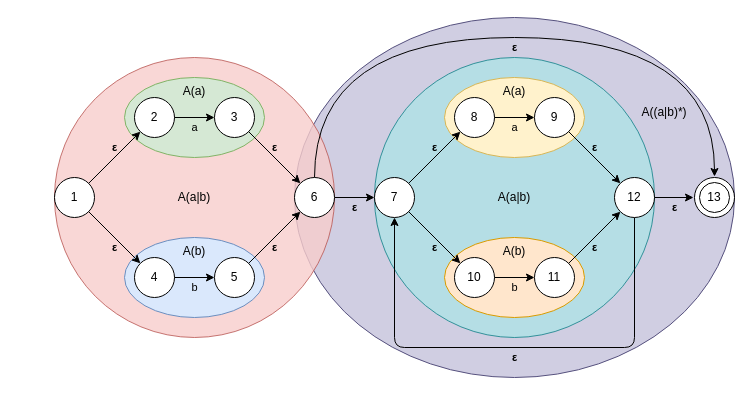
Earlier version of the draw.io diagram page "Example TC - NFA" (5 of 9) of Thompson_Construction/Thompson_Construction.drawio (Tobi2K/diagrams.net). Source tidied: cells renumbered, new cells numbered last; positions are measured from the earlier drawing's top-left corner, leaving out a move shared by most shapes. Both pictures are drawn from the tidied source at 100%, with x=0, y=0 at pixel (54, 17).
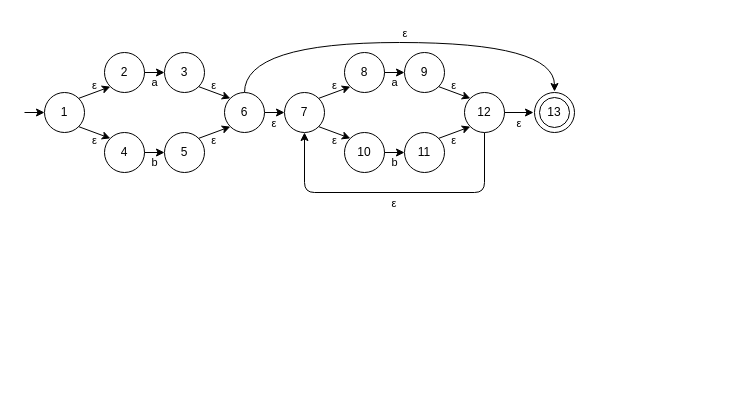
The same diagram, later.

Change to the diagram source:
```diff
@@
-    <mxCell id="2" style="ellipse;whiteSpace=wrap;html=1;labelBackgroundColor=none;fillStyle=auto;strokeWidth=1;fillColor=#d0cee2;strokeColor=#56517e;verticalAlign=middle;labelPosition=right;verticalLabelPosition=middle;align=left;" parent="1" vertex="1">
-      <mxGeometry x="240" width="440" height="360" as="geometry" />
-    </mxCell>
-    <mxCell id="3" value="A(a|b)" style="ellipse;whiteSpace=wrap;html=1;fillStyle=auto;strokeWidth=1;fillColor=#b0e3e6;labelBackgroundColor=none;strokeColor=#0e8088;opacity=80;" parent="1" vertex="1">
-      <mxGeometry x="320" y="40" width="280" height="280" as="geometry" />
-    </mxCell>
-    <mxCell id="4" value="A(b)" style="ellipse;whiteSpace=wrap;html=1;fillStyle=auto;strokeWidth=1;fillColor=#ffe6cc;verticalAlign=top;strokeColor=#d79b00;" parent="1" vertex="1">
-      <mxGeometry x="390" y="220" width="140" height="80" as="geometry" />
-    </mxCell>
-    <mxCell id="5" value="A(a)" style="ellipse;whiteSpace=wrap;html=1;fillStyle=auto;strokeWidth=1;fillColor=#fff2cc;verticalAlign=top;strokeColor=#d6b656;" parent="1" vertex="1">
-      <mxGeometry x="390" y="60" width="140" height="80" as="geometry" />
-    </mxCell>
-    <mxCell id="6" value="A(a|b)" style="ellipse;whiteSpace=wrap;html=1;fillStyle=auto;strokeWidth=1;fillColor=#f8cecc;labelBackgroundColor=none;strokeColor=#b85450;opacity=80;" parent="1" vertex="1">
-      <mxGeometry y="40" width="280" height="280" as="geometry" />
-    </mxCell>
-    <mxCell id="7" value="A(a)" style="ellipse;whiteSpace=wrap;html=1;fillStyle=auto;strokeWidth=1;fillColor=#d5e8d4;verticalAlign=top;strokeColor=#82b366;" parent="1" vertex="1">
-      <mxGeometry x="70" y="60" width="140" height="80" as="geometry" />
-    </mxCell>
-    <mxCell id="8" value="A(b)" style="ellipse;whiteSpace=wrap;html=1;fillStyle=auto;strokeWidth=1;fillColor=#dae8fc;verticalAlign=top;strokeColor=#6c8ebf;" parent="1" vertex="1">
-      <mxGeometry x="70" y="220" width="140" height="80" as="geometry" />
-    </mxCell>
     <mxCell id="9" value="1" style="ellipse;whiteSpace=wrap;html=1;" parent="1" vertex="1">
-      <mxGeometry y="160" width="40" height="40" as="geometry" />
+      <mxGeometry x="-10" y="75" width="40" height="40" as="geometry" />
     </mxCell>
     <mxCell id="10" value="2" style="ellipse;whiteSpace=wrap;html=1;" parent="1" vertex="1">
-      <mxGeometry x="80" y="80" width="40" height="40" as="geometry" />
+      <mxGeometry x="50" y="35" width="40" height="40" as="geometry" />
     </mxCell>
     <mxCell id="11" value="4" style="ellipse;whiteSpace=wrap;html=1;" parent="1" vertex="1">
-      <mxGeometry x="80" y="240" width="40" height="40" as="geometry" />
+      <mxGeometry x="50" y="115" width="40" height="40" as="geometry" />
     </mxCell>
     <mxCell id="12" value="3" style="ellipse;whiteSpace=wrap;html=1;" parent="1" vertex="1">
-      <mxGeometry x="160" y="80" width="40" height="40" as="geometry" />
+      <mxGeometry x="110" y="35" width="40" height="40" as="geometry" />
     </mxCell>
     <mxCell id="13" value="5" style="ellipse;whiteSpace=wrap;html=1;" parent="1" vertex="1">
-      <mxGeometry x="160" y="240" width="40" height="40" as="geometry" />
+      <mxGeometry x="110" y="115" width="40" height="40" as="geometry" />
     </mxCell>
-    <mxCell id="14" value="&lt;strong role=&quot;doc-subtitle&quot; class=&quot;header-char&quot;&gt;ε&lt;/strong&gt;" style="edgeStyle=orthogonalEdgeStyle;rounded=0;jettySize=auto;html=1;exitX=1;exitY=0.5;exitDx=0;exitDy=0;entryX=0;entryY=0.5;entryDx=0;entryDy=0;labelBackgroundColor=none;" parent="1" edge="1" source="16" target="17">
+    <mxCell id="14" value="ε" style="edgeStyle=orthogonalEdgeStyle;rounded=0;jettySize=auto;exitX=1;exitY=0.5;exitDx=0;exitDy=0;entryX=0;entryY=0.5;entryDx=0;entryDy=0;labelBackgroundColor=none;" parent="1" edge="1" source="16" target="17">
       <mxGeometry y="-10" relative="1" as="geometry" />
     </mxCell>
-    <mxCell id="15" value="&lt;strong role=&quot;doc-subtitle&quot; class=&quot;header-char&quot;&gt;ε&lt;/strong&gt;" style="edgeStyle=orthogonalEdgeStyle;jettySize=auto;html=1;exitX=0.5;exitY=0;exitDx=0;exitDy=0;entryX=0.5;entryY=0;entryDx=0;entryDy=0;curved=1;labelBackgroundColor=none;" parent="1" edge="1" source="16" target="24">
-      <mxGeometry y="-10" relative="1" as="geometry">
+    <mxCell id="15" value="ε" style="edgeStyle=orthogonalEdgeStyle;jettySize=auto;exitX=0.5;exitY=0;exitDx=0;exitDy=0;entryX=0.5;entryY=0;entryDx=0;entryDy=0;curved=1;labelBackgroundColor=none;fontStyle=0;" parent="1" edge="1" source="16" target="24">
+      <mxGeometry x="0.03" y="10" relative="1" as="geometry">
         <Array as="points">
-          <mxPoint x="260" y="20" />
-          <mxPoint x="660" y="20" />
+          <mxPoint x="190" y="25" />
+          <mxPoint x="500" y="25" />
         </Array>
       </mxGeometry>
     </mxCell>
     <mxCell id="16" value="6" style="ellipse;whiteSpace=wrap;html=1;" parent="1" vertex="1">
-      <mxGeometry x="240" y="160" width="40" height="40" as="geometry" />
+      <mxGeometry x="170" y="75" width="40" height="40" as="geometry" />
     </mxCell>
     <mxCell id="17" value="7" style="ellipse;whiteSpace=wrap;html=1;" parent="1" vertex="1">
-      <mxGeometry x="320" y="160" width="40" height="40" as="geometry" />
+      <mxGeometry x="230" y="75" width="40" height="40" as="geometry" />
     </mxCell>
     <mxCell id="18" value="8" style="ellipse;whiteSpace=wrap;html=1;" parent="1" vertex="1">
-      <mxGeometry x="400" y="80" width="40" height="40" as="geometry" />
+      <mxGeometry x="290" y="35" width="40" height="40" as="geometry" />
     </mxCell>
     <mxCell id="19" value="10" style="ellipse;whiteSpace=wrap;html=1;" parent="1" vertex="1">
-      <mxGeometry x="400" y="240" width="40" height="40" as="geometry" />
+      <mxGeometry x="290" y="115" width="40" height="40" as="geometry" />
     </mxCell>
     <mxCell id="20" value="9" style="ellipse;whiteSpace=wrap;html=1;" parent="1" vertex="1">
-      <mxGeometry x="480" y="80" width="40" height="40" as="geometry" />
+      <mxGeometry x="350" y="35" width="40" height="40" as="geometry" />
     </mxCell>
     <mxCell id="21" value="11" style="ellipse;whiteSpace=wrap;html=1;" parent="1" vertex="1">
-      <mxGeometry x="480" y="240" width="40" height="40" as="geometry" />
+      <mxGeometry x="350" y="115" width="40" height="40" as="geometry" />
     </mxCell>
-    <mxCell id="22" value="&lt;strong role=&quot;doc-subtitle&quot; class=&quot;header-char&quot;&gt;ε&lt;/strong&gt;" style="edgeStyle=orthogonalEdgeStyle;rounded=1;jettySize=auto;html=1;exitX=0.5;exitY=1;exitDx=0;exitDy=0;entryX=0.5;entryY=1;entryDx=0;entryDy=0;labelBackgroundColor=none;" parent="1" edge="1" source="23" target="17">
+    <mxCell id="22" value="ε" style="edgeStyle=orthogonalEdgeStyle;rounded=1;jettySize=auto;exitX=0.5;exitY=1;exitDx=0;exitDy=0;entryX=0.5;entryY=1;entryDx=0;entryDy=0;labelBackgroundColor=none;" parent="1" edge="1" source="23" target="17">
       <mxGeometry y="10" relative="1" as="geometry">
         <Array as="points">
-          <mxPoint x="580" y="330" />
-          <mxPoint x="340" y="330" />
+          <mxPoint x="430" y="175" />
+          <mxPoint x="250" y="175" />
         </Array>
       </mxGeometry>
     </mxCell>
     <mxCell id="23" value="12" style="ellipse;whiteSpace=wrap;html=1;" parent="1" vertex="1">
-      <mxGeometry x="560" y="160" width="40" height="40" as="geometry" />
+      <mxGeometry x="410" y="75" width="40" height="40" as="geometry" />
     </mxCell>
     <mxCell id="24" style="ellipse;whiteSpace=wrap;html=1;perimeterSpacing=1;strokeWidth=1;fillStyle=auto;fillColor=#FFFFFF;" parent="1" vertex="1">
-      <mxGeometry x="640" y="160" width="40" height="40" as="geometry" />
+      <mxGeometry x="480" y="75" width="40" height="40" as="geometry" />
     </mxCell>
     <mxCell id="25" value="13" style="ellipse;whiteSpace=wrap;html=1;fillStyle=auto;strokeWidth=1;fillColor=#FFFFFF;" parent="1" vertex="1">
-      <mxGeometry x="645" y="165" width="30" height="30" as="geometry" />
+      <mxGeometry x="485" y="80" width="30" height="30" as="geometry" />
     </mxCell>
-    <mxCell id="26" value="&lt;strong role=&quot;doc-subtitle&quot; class=&quot;header-char&quot;&gt;ε&lt;/strong&gt;" style="endArrow=classic;html=1;rounded=0;exitX=1;exitY=0;exitDx=0;exitDy=0;entryX=0;entryY=1;entryDx=0;entryDy=0;labelBackgroundColor=none;" parent="1" edge="1" source="9" target="10">
+    <mxCell id="26" value="ε" style="endArrow=classic;rounded=0;exitX=1;exitY=0;exitDx=0;exitDy=0;entryX=0;entryY=1;entryDx=0;entryDy=0;labelBackgroundColor=none;" parent="1" edge="1" source="9" target="10">
       <mxGeometry x="0.19" y="7" relative="1" as="geometry" />
     </mxCell>
-    <mxCell id="27" value="&lt;strong role=&quot;doc-subtitle&quot; class=&quot;header-char&quot;&gt;ε&lt;/strong&gt;" style="endArrow=classic;html=1;rounded=0;exitX=1;exitY=1;exitDx=0;exitDy=0;entryX=0;entryY=0;entryDx=0;entryDy=0;labelBackgroundColor=none;" parent="1" edge="1" source="9" target="11">
+    <mxCell id="27" value="ε" style="endArrow=classic;rounded=0;exitX=1;exitY=1;exitDx=0;exitDy=0;entryX=0;entryY=0;entryDx=0;entryDy=0;labelBackgroundColor=none;" parent="1" edge="1" source="9" target="11">
       <mxGeometry x="0.19" y="-7" relative="1" as="geometry" />
     </mxCell>
@@
-    <mxCell id="30" value="&lt;strong role=&quot;doc-subtitle&quot; class=&quot;header-char&quot;&gt;ε&lt;/strong&gt;" style="endArrow=classic;html=1;rounded=0;exitX=1;exitY=0;exitDx=0;exitDy=0;entryX=0;entryY=1;entryDx=0;entryDy=0;labelBackgroundColor=none;" parent="1" edge="1" source="13" target="16">
+    <mxCell id="30" value="ε" style="endArrow=classic;rounded=0;exitX=1;exitY=0;exitDx=0;exitDy=0;entryX=0;entryY=1;entryDx=0;entryDy=0;labelBackgroundColor=none;" parent="1" edge="1" source="13" target="16">
       <mxGeometry x="-0.19" y="-7" relative="1" as="geometry" />
     </mxCell>
-    <mxCell id="31" value="&lt;strong role=&quot;doc-subtitle&quot; class=&quot;header-char&quot;&gt;ε&lt;/strong&gt;" style="endArrow=classic;html=1;rounded=0;exitX=1;exitY=1;exitDx=0;exitDy=0;entryX=0;entryY=0;entryDx=0;entryDy=0;labelBackgroundColor=none;" parent="1" edge="1" source="12" target="16">
+    <mxCell id="31" value="ε" style="endArrow=classic;rounded=0;exitX=1;exitY=1;exitDx=0;exitDy=0;entryX=0;entryY=0;entryDx=0;entryDy=0;labelBackgroundColor=none;" parent="1" edge="1" source="12" target="16">
       <mxGeometry x="-0.19" y="7" relative="1" as="geometry" />
     </mxCell>
-    <mxCell id="32" value="&lt;strong role=&quot;doc-subtitle&quot; class=&quot;header-char&quot;&gt;ε&lt;/strong&gt;" style="endArrow=classic;html=1;rounded=0;exitX=1;exitY=0;exitDx=0;exitDy=0;entryX=0;entryY=1;entryDx=0;entryDy=0;labelBackgroundColor=none;" parent="1" edge="1" source="17" target="18">
+    <mxCell id="32" value="ε" style="endArrow=classic;rounded=0;exitX=1;exitY=0;exitDx=0;exitDy=0;entryX=0;entryY=1;entryDx=0;entryDy=0;labelBackgroundColor=none;" parent="1" edge="1" source="17" target="18">
       <mxGeometry x="0.19" y="7" relative="1" as="geometry" />
     </mxCell>
-    <mxCell id="33" value="&lt;strong role=&quot;doc-subtitle&quot; class=&quot;header-char&quot;&gt;ε&lt;/strong&gt;" style="endArrow=classic;html=1;rounded=0;exitX=1;exitY=1;exitDx=0;exitDy=0;entryX=0;entryY=0;entryDx=0;entryDy=0;labelBackgroundColor=none;" parent="1" edge="1" source="17" target="19">
+    <mxCell id="33" value="ε" style="endArrow=classic;rounded=0;exitX=1;exitY=1;exitDx=0;exitDy=0;entryX=0;entryY=0;entryDx=0;entryDy=0;labelBackgroundColor=none;" parent="1" edge="1" source="17" target="19">
       <mxGeometry x="0.19" y="-7" relative="1" as="geometry" />
     </mxCell>
@@
-    <mxCell id="36" value="&lt;strong role=&quot;doc-subtitle&quot; class=&quot;header-char&quot;&gt;ε&lt;/strong&gt;" style="endArrow=classic;html=1;rounded=0;exitX=1;exitY=1;exitDx=0;exitDy=0;entryX=0;entryY=0;entryDx=0;entryDy=0;labelBackgroundColor=none;" parent="1" edge="1" source="20" target="23">
+    <mxCell id="36" value="ε" style="endArrow=classic;rounded=0;exitX=1;exitY=1;exitDx=0;exitDy=0;entryX=0;entryY=0;entryDx=0;entryDy=0;labelBackgroundColor=none;" parent="1" edge="1" source="20" target="23">
       <mxGeometry x="-0.19" y="7" relative="1" as="geometry" />
     </mxCell>
-    <mxCell id="37" value="&lt;strong role=&quot;doc-subtitle&quot; class=&quot;header-char&quot;&gt;ε&lt;/strong&gt;" style="endArrow=classic;html=1;rounded=0;exitX=1;exitY=0;exitDx=0;exitDy=0;entryX=0;entryY=1;entryDx=0;entryDy=0;labelBackgroundColor=none;" parent="1" edge="1" source="21" target="23">
+    <mxCell id="37" value="ε" style="endArrow=classic;rounded=0;exitX=1;exitY=0;exitDx=0;exitDy=0;entryX=0;entryY=1;entryDx=0;entryDy=0;labelBackgroundColor=none;" parent="1" edge="1" source="21" target="23">
       <mxGeometry x="-0.19" y="-7" relative="1" as="geometry" />
     </mxCell>
-    <mxCell id="38" value="&lt;strong role=&quot;doc-subtitle&quot; class=&quot;header-char&quot;&gt;ε&lt;/strong&gt;" style="endArrow=classic;html=1;rounded=0;exitX=1;exitY=0.5;exitDx=0;exitDy=0;entryX=0;entryY=0.5;entryDx=0;entryDy=0;labelBackgroundColor=none;" parent="1" edge="1" source="23" target="24">
+    <mxCell id="38" value="ε" style="endArrow=classic;rounded=0;exitX=1;exitY=0.5;exitDx=0;exitDy=0;entryX=0;entryY=0.5;entryDx=0;entryDy=0;labelBackgroundColor=none;" parent="1" edge="1" source="23" target="24">
       <mxGeometry x="0.03" y="-10" relative="1" as="geometry" />
     </mxCell>
-    <mxCell id="39" value="&lt;div&gt;A((a|b)*)&lt;/div&gt;" style="text;html=1;strokeColor=none;fillColor=none;align=center;verticalAlign=middle;whiteSpace=wrap;rounded=0;labelBackgroundColor=none;fillStyle=auto;" parent="1" vertex="1">
-      <mxGeometry x="580" y="80" width="60" height="30" as="geometry" />
-    </mxCell>
+    <mxCell id="40" style="endArrow=classic;html=1;rounded=0;entryX=0;entryY=0.5;entryDx=0;entryDy=0;" parent="1" edge="1" target="9">
+      <mxGeometry relative="1" as="geometry">
+        <mxPoint x="-30" y="95" as="sourcePoint" />
+      </mxGeometry>
+    </mxCell>
```
